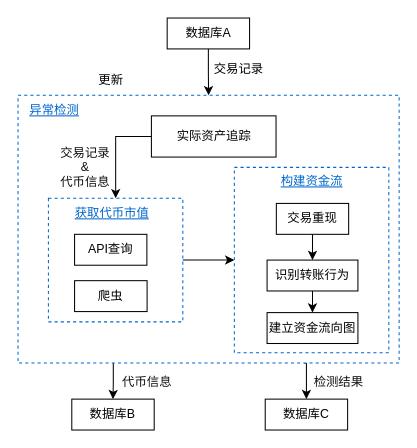
Before: page "异常检测模块示意图" (4 of 4) of 模块.drawio in newTechToX/cross_chain, a draw.io diagram. Source tidied: cells renumbered, new cells numbered last; positions are measured from the earlier drawing's top-left corner, leaving out a move shared by most shapes. Both pictures are drawn from the tidied source at 103%, with x=0, y=0 at pixel (18, 18).
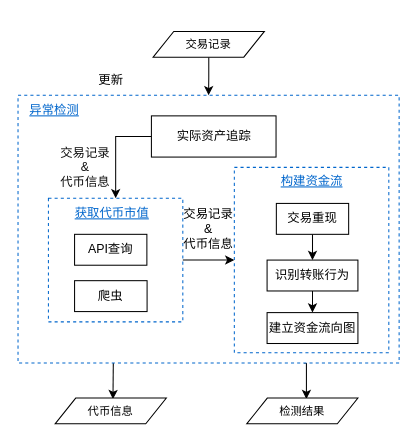
Above is the later version.

Change to the diagram source:
```diff
@@
-    <mxCell id="2" style="edgeStyle=orthogonalEdgeStyle;rounded=0;jettySize=auto;html=1;entryX=0.5;entryY=0;entryDx=0;entryDy=0;fontColor=#0066CC;exitX=0.75;exitY=1;exitDx=0;exitDy=0;" parent="1" edge="1" source="4" target="11">
-      <mxGeometry relative="1" as="geometry" />
+    <mxCell id="2" style="edgeStyle=orthogonalEdgeStyle;rounded=0;jettySize=auto;html=1;entryX=0.5;entryY=0;entryDx=0;entryDy=0;fontColor=#0066CC;exitX=0.75;exitY=1;exitDx=0;exitDy=0;" parent="1" edge="1" source="4">
+      <mxGeometry relative="1" as="geometry">
+        <mxPoint x="280" y="370" as="targetPoint" />
+      </mxGeometry>
     </mxCell>
-    <mxCell id="3" style="edgeStyle=orthogonalEdgeStyle;rounded=0;jettySize=auto;html=1;exitX=0.25;exitY=1;exitDx=0;exitDy=0;fontColor=#0f0f0f;" parent="1" edge="1" source="4" target="27">
-      <mxGeometry relative="1" as="geometry" />
+    <mxCell id="3" style="edgeStyle=orthogonalEdgeStyle;rounded=0;jettySize=auto;html=1;exitX=0.25;exitY=1;exitDx=0;exitDy=0;fontColor=#0f0f0f;" parent="1" edge="1" source="4">
+      <mxGeometry relative="1" as="geometry">
+        <mxPoint x="92.2" y="370" as="targetPoint" />
+      </mxGeometry>
     </mxCell>
-    <mxCell id="4" style="rounded=0;whiteSpace=wrap;html=1;dashed=1;strokeColor=#0066CC;" parent="1" vertex="1">
+    <mxCell id="4" value="交易记录&lt;br&gt;&amp;amp;&lt;br&gt;代币信息" style="rounded=0;whiteSpace=wrap;html=1;dashed=1;strokeColor=#0066CC;" parent="1" vertex="1">
       <mxGeometry y="75" width="370" height="260" as="geometry" />
     </mxCell>
-    <mxCell id="5" style="edgeStyle=orthogonalEdgeStyle;rounded=0;jettySize=auto;html=1;entryX=0.5;entryY=0;entryDx=0;entryDy=0;" parent="1" edge="1" source="6" target="4">
-      <mxGeometry relative="1" as="geometry" />
-    </mxCell>
-    <mxCell id="6" value="数据库A" style="rounded=0;whiteSpace=wrap;html=1;" parent="1" vertex="1">
-      <mxGeometry x="144.8" width="80" height="30" as="geometry" />
-    </mxCell>
@@
-    <mxCell id="9" value="交易记录" style="text;html=1;align=center;verticalAlign=middle;points=[];strokeColor=none;fillColor=none;" parent="1" vertex="1">
-      <mxGeometry x="179" y="35" width="70" height="30" as="geometry" />
-    </mxCell>
@@
-    <mxCell id="11" value="数据库C" style="rounded=0;whiteSpace=wrap;html=1;" parent="1" vertex="1">
-      <mxGeometry x="240" y="370" width="80" height="30" as="geometry" />
-    </mxCell>
@@
+    <mxCell id="29" style="edgeStyle=orthogonalEdgeStyle;rounded=0;jettySize=auto;html=1;entryX=0.5;entryY=0;entryDx=0;entryDy=0;fontColor=#0f0f0f;" parent="1" edge="1" source="9" target="4">
+      <mxGeometry relative="1" as="geometry" />
+    </mxCell>
+    <mxCell id="9" value="交易记录" style="shape=parallelogram;perimeter=parallelogramPerimeter;whiteSpace=wrap;html=1;fixedSize=1;fontSize=11;rotation=0;" parent="1" vertex="1">
+      <mxGeometry x="131.2" y="13" width="108" height="25" as="geometry" />
+    </mxCell>
+    <mxCell id="28" value="代币信息" style="shape=parallelogram;perimeter=parallelogramPerimeter;whiteSpace=wrap;html=1;fixedSize=1;fontSize=11;rotation=0;" parent="1" vertex="1">
+      <mxGeometry x="36" y="369" width="108" height="25" as="geometry" />
+    </mxCell>
-    <mxCell id="26" value="检测结果" style="text;html=1;align=center;verticalAlign=middle;strokeColor=none;fillColor=none;fontColor=#0f0f0f;" parent="1" vertex="1">
-      <mxGeometry x="276" y="339" width="70" height="30" as="geometry" />
+    <mxCell id="26" value="检测结果" style="shape=parallelogram;perimeter=parallelogramPerimeter;whiteSpace=wrap;html=1;fixedSize=1;fontSize=11;rotation=0;" parent="1" vertex="1">
+      <mxGeometry x="222" y="369" width="108" height="25" as="geometry" />
     </mxCell>
-    <mxCell id="27" value="数据库B" style="rounded=0;whiteSpace=wrap;html=1;" parent="1" vertex="1">
-      <mxGeometry x="52.2" y="370" width="80" height="30" as="geometry" />
-    </mxCell>
-    <mxCell id="28" value="代币信息" style="text;html=1;align=center;verticalAlign=middle;strokeColor=none;fillColor=none;fontColor=#0f0f0f;" parent="1" vertex="1">
-      <mxGeometry x="90" y="339" width="70" height="30" as="geometry" />
-    </mxCell>
```
